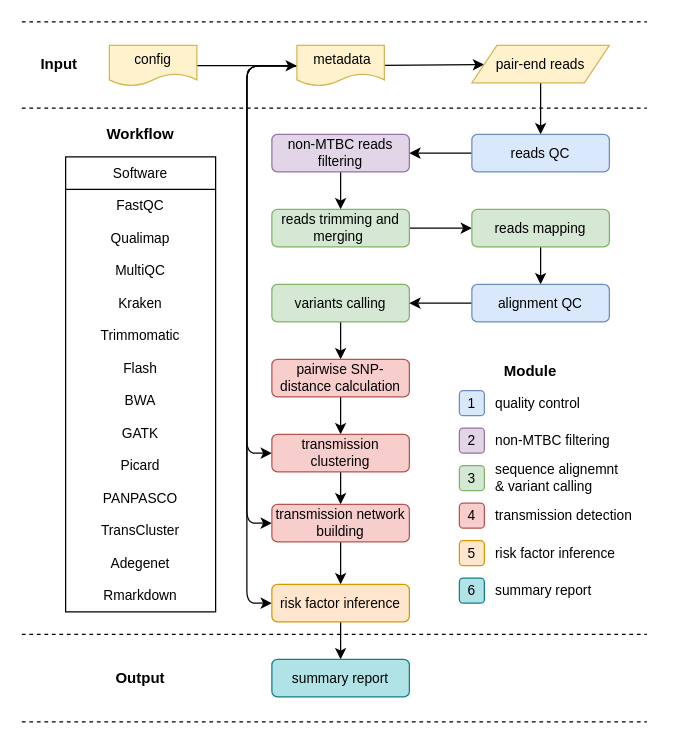
cvn001/transflow keeps this draw.io diagram as flowchart/flowchart.drawio. Above is the earlier version. Source tidied: cells renumbered, new cells numbered last; positions are measured from the earlier drawing's top-left corner, leaving out a move shared by most shapes. Both pictures are drawn from the tidied source at 125%, with x=0, y=0 at pixel (21, 21).
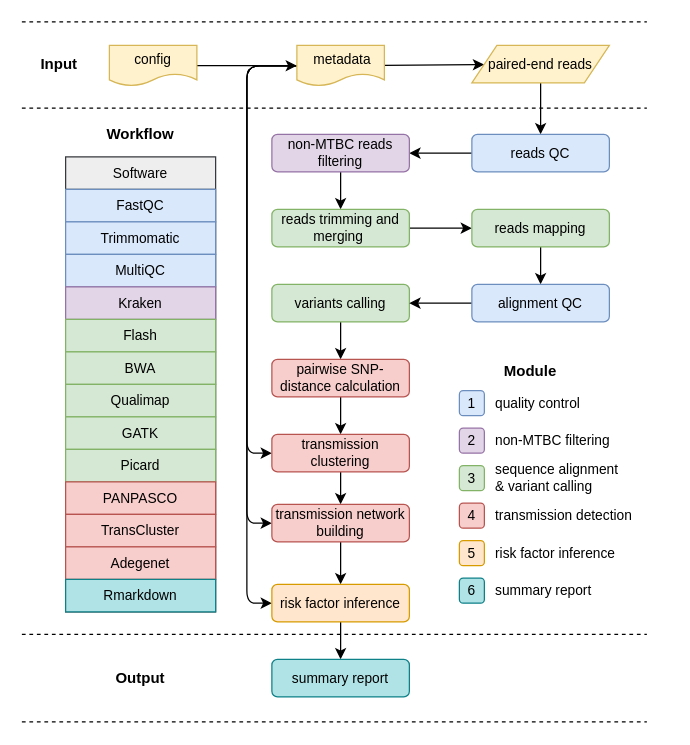
After the change.

Diff of the diagram source:
```diff
@@
-    <mxCell id="10" value="&lt;font style=&quot;font-size: 11px;&quot;&gt;pair-end reads&lt;/font&gt;" style="shape=parallelogram;perimeter=parallelogramPerimeter;whiteSpace=wrap;html=1;fixedSize=1;fontSize=11;fillColor=#fff2cc;strokeColor=#d6b656;comic=0;fontFamily=Arial;" parent="1" vertex="1">
+    <mxCell id="10" value="&lt;font style=&quot;font-size: 11px&quot;&gt;paired-end reads&lt;/font&gt;" style="shape=parallelogram;perimeter=parallelogramPerimeter;whiteSpace=wrap;html=1;fixedSize=1;fontSize=11;fillColor=#fff2cc;strokeColor=#d6b656;comic=0;fontFamily=Arial;" parent="1" vertex="1">
       <mxGeometry x="360" y="18.8" width="110" height="30" as="geometry" />
     </mxCell>
@@
-    <mxCell id="38" value="sequence alignemnt &lt;br&gt;&amp;amp; variant calling" style="text;html=1;strokeColor=none;fillColor=none;align=left;verticalAlign=middle;whiteSpace=wrap;rounded=0;fontSize=11;fontFamily=Arial;" parent="1" vertex="1">
+    <mxCell id="38" value="sequence alignment &lt;br&gt;&amp;amp; variant calling" style="text;html=1;strokeColor=none;fillColor=none;align=left;verticalAlign=middle;whiteSpace=wrap;rounded=0;fontSize=11;fontFamily=Arial;" parent="1" vertex="1">
       <mxGeometry x="377" y="355" width="140" height="20" as="geometry" />
     </mxCell>
@@
-    <mxCell id="44" value="Software" style="swimlane;fontStyle=0;horizontal=1;startSize=26;fontSize=11;align=center;swimlaneFillColor=none;fontFamily=Arial;" parent="1" vertex="1">
+    <mxCell id="44" value="Software" style="swimlane;fontStyle=0;horizontal=1;startSize=26;fontSize=11;align=center;swimlaneFillColor=none;fontFamily=Arial;fillColor=#eeeeee;strokeColor=#36393d;" parent="1" vertex="1">
       <mxGeometry x="35" y="108" width="120" height="364" as="geometry" />
     </mxCell>
-    <mxCell id="45" value="FastQC" style="text;strokeColor=none;fillColor=none;align=center;verticalAlign=top;spacingLeft=4;spacingRight=4;overflow=hidden;fontSize=11;fontFamily=Arial;" parent="44" vertex="1">
+    <mxCell id="45" value="FastQC" style="text;strokeColor=#6c8ebf;fillColor=#dae8fc;align=center;verticalAlign=top;spacingLeft=4;spacingRight=4;overflow=hidden;fontSize=11;fontFamily=Arial;" parent="44" vertex="1">
       <mxGeometry y="26" width="120" height="26" as="geometry" />
     </mxCell>
-    <mxCell id="46" value="Qualimap" style="text;strokeColor=none;fillColor=none;align=center;verticalAlign=top;spacingLeft=4;spacingRight=4;overflow=hidden;fontSize=11;fontFamily=Arial;" parent="44" vertex="1">
-      <mxGeometry y="52" width="120" height="26" as="geometry" />
-    </mxCell>
+    <mxCell id="49" value="Trimmomatic" style="text;strokeColor=#6c8ebf;fillColor=#dae8fc;align=center;verticalAlign=top;spacingLeft=4;spacingRight=4;overflow=hidden;fontSize=11;fontFamily=Arial;" parent="44" vertex="1">
+      <mxGeometry y="52" width="120" height="26" as="geometry" />
+    </mxCell>
-    <mxCell id="47" value="MultiQC" style="text;strokeColor=none;fillColor=none;align=center;verticalAlign=top;spacingLeft=4;spacingRight=4;overflow=hidden;fontSize=11;fontFamily=Arial;" parent="44" vertex="1">
+    <mxCell id="47" value="MultiQC" style="text;strokeColor=#6c8ebf;fillColor=#dae8fc;align=center;verticalAlign=top;spacingLeft=4;spacingRight=4;overflow=hidden;fontSize=11;fontFamily=Arial;" parent="44" vertex="1">
       <mxGeometry y="78" width="120" height="26" as="geometry" />
     </mxCell>
-    <mxCell id="48" value="Kraken" style="text;strokeColor=none;fillColor=none;align=center;verticalAlign=top;spacingLeft=4;spacingRight=4;overflow=hidden;fontSize=11;fontFamily=Arial;" parent="44" vertex="1">
+    <mxCell id="48" value="Kraken" style="text;strokeColor=#9673a6;fillColor=#e1d5e7;align=center;verticalAlign=top;spacingLeft=4;spacingRight=4;overflow=hidden;fontSize=11;fontFamily=Arial;" parent="44" vertex="1">
       <mxGeometry y="104" width="120" height="26" as="geometry" />
     </mxCell>
-    <mxCell id="49" value="Trimmomatic" style="text;strokeColor=none;fillColor=none;align=center;verticalAlign=top;spacingLeft=4;spacingRight=4;overflow=hidden;fontSize=11;fontFamily=Arial;" parent="44" vertex="1">
-      <mxGeometry y="130" width="120" height="26" as="geometry" />
-    </mxCell>
-    <mxCell id="50" value="Flash" style="text;strokeColor=none;fillColor=none;align=center;verticalAlign=top;spacingLeft=4;spacingRight=4;overflow=hidden;fontSize=11;fontFamily=Arial;" parent="44" vertex="1">
-      <mxGeometry y="156" width="120" height="26" as="geometry" />
+    <mxCell id="50" value="Flash" style="text;strokeColor=#82b366;fillColor=#d5e8d4;align=center;verticalAlign=top;spacingLeft=4;spacingRight=4;overflow=hidden;fontSize=11;fontFamily=Arial;" parent="44" vertex="1">
+      <mxGeometry y="130" width="120" height="26" as="geometry" />
     </mxCell>
-    <mxCell id="51" value="BWA" style="text;strokeColor=none;fillColor=none;align=center;verticalAlign=top;spacingLeft=4;spacingRight=4;overflow=hidden;fontSize=11;fontFamily=Arial;" parent="44" vertex="1">
-      <mxGeometry y="182" width="120" height="26" as="geometry" />
+    <mxCell id="51" value="BWA" style="text;strokeColor=#82b366;fillColor=#d5e8d4;align=center;verticalAlign=top;spacingLeft=4;spacingRight=4;overflow=hidden;fontSize=11;fontFamily=Arial;" parent="44" vertex="1">
+      <mxGeometry y="156" width="120" height="26" as="geometry" />
     </mxCell>
+    <mxCell id="46" value="Qualimap" style="text;strokeColor=#82b366;fillColor=#d5e8d4;align=center;verticalAlign=top;spacingLeft=4;spacingRight=4;overflow=hidden;fontSize=11;fontFamily=Arial;" parent="44" vertex="1">
+      <mxGeometry y="182" width="120" height="26" as="geometry" />
+    </mxCell>
-    <mxCell id="52" value="GATK" style="text;strokeColor=none;fillColor=none;align=center;verticalAlign=top;spacingLeft=4;spacingRight=4;overflow=hidden;fontSize=11;fontFamily=Arial;" parent="44" vertex="1">
+    <mxCell id="52" value="GATK" style="text;strokeColor=#82b366;fillColor=#d5e8d4;align=center;verticalAlign=top;spacingLeft=4;spacingRight=4;overflow=hidden;fontSize=11;fontFamily=Arial;" parent="44" vertex="1">
       <mxGeometry y="208" width="120" height="26" as="geometry" />
     </mxCell>
-    <mxCell id="53" value="Picard" style="text;strokeColor=none;fillColor=none;align=center;verticalAlign=top;spacingLeft=4;spacingRight=4;overflow=hidden;fontSize=11;fontFamily=Arial;" parent="44" vertex="1">
+    <mxCell id="53" value="Picard" style="text;strokeColor=#82b366;fillColor=#d5e8d4;align=center;verticalAlign=top;spacingLeft=4;spacingRight=4;overflow=hidden;fontSize=11;fontFamily=Arial;" parent="44" vertex="1">
       <mxGeometry y="234" width="120" height="26" as="geometry" />
     </mxCell>
-    <mxCell id="54" value="PANPASCO" style="text;strokeColor=none;fillColor=none;align=center;verticalAlign=top;spacingLeft=4;spacingRight=4;overflow=hidden;fontSize=11;fontFamily=Arial;" parent="44" vertex="1">
+    <mxCell id="54" value="PANPASCO" style="text;strokeColor=#b85450;fillColor=#f8cecc;align=center;verticalAlign=top;spacingLeft=4;spacingRight=4;overflow=hidden;fontSize=11;fontFamily=Arial;" parent="44" vertex="1">
       <mxGeometry y="260" width="120" height="26" as="geometry" />
     </mxCell>
-    <mxCell id="55" value="TransCluster" style="text;strokeColor=none;fillColor=none;align=center;verticalAlign=top;spacingLeft=4;spacingRight=4;overflow=hidden;fontSize=11;fontFamily=Arial;" parent="44" vertex="1">
+    <mxCell id="55" value="TransCluster" style="text;strokeColor=#b85450;fillColor=#f8cecc;align=center;verticalAlign=top;spacingLeft=4;spacingRight=4;overflow=hidden;fontSize=11;fontFamily=Arial;" parent="44" vertex="1">
       <mxGeometry y="286" width="120" height="26" as="geometry" />
     </mxCell>
-    <mxCell id="56" value="Adegenet" style="text;strokeColor=none;fillColor=none;align=center;verticalAlign=top;spacingLeft=4;spacingRight=4;overflow=hidden;fontSize=11;fontFamily=Arial;" parent="44" vertex="1">
+    <mxCell id="56" value="Adegenet" style="text;strokeColor=#b85450;fillColor=#f8cecc;align=center;verticalAlign=top;spacingLeft=4;spacingRight=4;overflow=hidden;fontSize=11;fontFamily=Arial;" parent="44" vertex="1">
       <mxGeometry y="312" width="120" height="26" as="geometry" />
     </mxCell>
-    <mxCell id="57" value="Rmarkdown" style="text;strokeColor=none;fillColor=none;align=center;verticalAlign=top;spacingLeft=4;spacingRight=4;overflow=hidden;fontSize=11;fontFamily=Arial;" parent="44" vertex="1">
+    <mxCell id="57" value="Rmarkdown" style="text;strokeColor=#0e8088;fillColor=#b0e3e6;align=center;verticalAlign=top;spacingLeft=4;spacingRight=4;overflow=hidden;fontSize=11;fontFamily=Arial;" parent="44" vertex="1">
       <mxGeometry y="338" width="120" height="26" as="geometry" />
     </mxCell>
```
